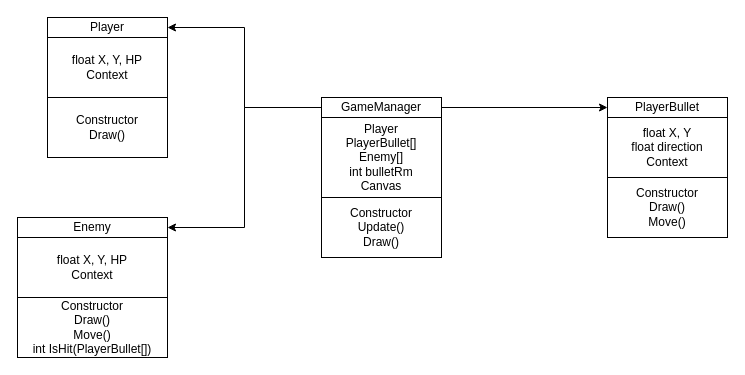
The draw.io diagram 클래스 구조도.drawio in GTByun/RWStudy, before the edit. Source tidied: cells renumbered, new cells numbered last; positions are measured from the earlier drawing's top-left corner, leaving out a move shared by most shapes. Both pictures are drawn from the tidied source at 100%, with x=0, y=0 at pixel (17, 17).
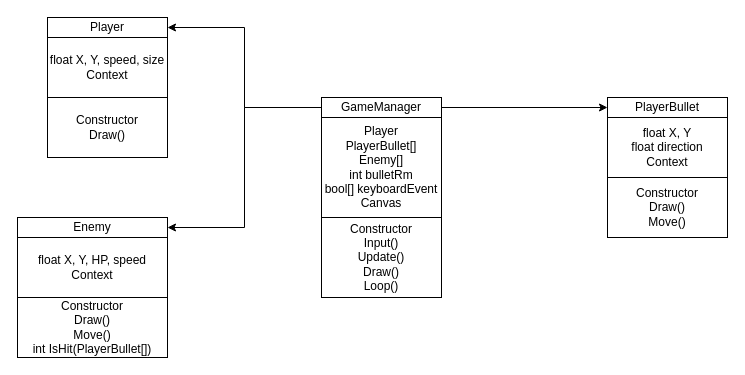
Above is the later version.

Commit message (it also covers changes not shown here):
[GT] 클래스 다이어그램 수정

Diff of the diagram source:
```diff
@@
 <mxGraphModel>
   <root>
     <mxCell id="0" />
     <mxCell id="1" parent="0" />
     <mxCell id="2" style="edgeStyle=orthogonalEdgeStyle;rounded=0;jettySize=auto;html=1;entryX=1;entryY=0.5;entryDx=0;entryDy=0;" parent="1" edge="1" source="5" target="8">
       <mxGeometry relative="1" as="geometry" />
     </mxCell>
     <mxCell id="3" style="edgeStyle=orthogonalEdgeStyle;rounded=0;jettySize=auto;html=1;entryX=1;entryY=0.5;entryDx=0;entryDy=0;" parent="1" edge="1" source="5" target="11">
       <mxGeometry relative="1" as="geometry" />
     </mxCell>
     <mxCell id="4" style="edgeStyle=orthogonalEdgeStyle;rounded=0;jettySize=auto;html=1;entryX=0;entryY=0.5;entryDx=0;entryDy=0;" parent="1" edge="1" source="5" target="14">
       <mxGeometry relative="1" as="geometry" />
     </mxCell>
     <mxCell id="5" value="GameManager" style="rounded=0;whiteSpace=wrap;html=1;" parent="1" vertex="1">
       <mxGeometry x="304" y="80" width="120" height="20" as="geometry" />
     </mxCell>
-    <mxCell id="6" value="Player&lt;br&gt;PlayerBullet[]&lt;br&gt;Enemy[]&lt;br&gt;int bulletRm&lt;br&gt;Canvas" style="rounded=0;whiteSpace=wrap;html=1;" parent="1" vertex="1">
-      <mxGeometry x="304" y="100" width="120" height="80" as="geometry" />
+    <mxCell id="6" value="Player&lt;br&gt;PlayerBullet[]&lt;br&gt;Enemy[]&lt;br&gt;int bulletRm&lt;br&gt;bool[] keyboardEvent&lt;br&gt;Canvas" style="rounded=0;whiteSpace=wrap;html=1;" parent="1" vertex="1">
+      <mxGeometry x="304" y="100" width="120" height="100" as="geometry" />
     </mxCell>
-    <mxCell id="7" value="Constructor&lt;br&gt;Update()&lt;br&gt;Draw()" style="rounded=0;whiteSpace=wrap;html=1;" parent="1" vertex="1">
-      <mxGeometry x="304" y="180" width="120" height="60" as="geometry" />
+    <mxCell id="7" value="Constructor&lt;br&gt;Input()&lt;br&gt;Update()&lt;br&gt;Draw()&lt;br&gt;Loop()" style="rounded=0;whiteSpace=wrap;html=1;" parent="1" vertex="1">
+      <mxGeometry x="304" y="200" width="120" height="80" as="geometry" />
     </mxCell>
     <mxCell id="8" value="Player" style="rounded=0;whiteSpace=wrap;html=1;" parent="1" vertex="1">
       <mxGeometry x="30" width="120" height="20" as="geometry" />
     </mxCell>
-    <mxCell id="9" value="float&amp;nbsp;X, Y, HP&lt;br&gt;Context" style="rounded=0;whiteSpace=wrap;html=1;" parent="1" vertex="1">
+    <mxCell id="9" value="float&amp;nbsp;X, Y, speed, size&lt;br&gt;Context" style="rounded=0;whiteSpace=wrap;html=1;" parent="1" vertex="1">
       <mxGeometry x="30" y="20" width="120" height="60" as="geometry" />
     </mxCell>
     <mxCell id="10" value="Constructor&lt;br&gt;Draw()" style="rounded=0;whiteSpace=wrap;html=1;" parent="1" vertex="1">
       <mxGeometry x="30" y="80" width="120" height="60" as="geometry" />
     </mxCell>
     <mxCell id="11" value="Enemy" style="rounded=0;whiteSpace=wrap;html=1;" parent="1" vertex="1">
       <mxGeometry y="200" width="150" height="20" as="geometry" />
     </mxCell>
-    <mxCell id="12" value="float&amp;nbsp;X, Y, HP&lt;br&gt;Context" style="rounded=0;whiteSpace=wrap;html=1;" parent="1" vertex="1">
+    <mxCell id="12" value="float&amp;nbsp;X, Y, HP, speed&lt;br&gt;Context" style="rounded=0;whiteSpace=wrap;html=1;" parent="1" vertex="1">
       <mxGeometry y="220" width="150" height="60" as="geometry" />
     </mxCell>
     <mxCell id="13" value="Constructor&lt;br&gt;Draw()&lt;br&gt;Move()&lt;br&gt;int IsHit(PlayerBullet[])" style="rounded=0;whiteSpace=wrap;html=1;" parent="1" vertex="1">
       <mxGeometry y="280" width="150" height="60" as="geometry" />
     </mxCell>
     <mxCell id="14" value="PlayerBullet" style="rounded=0;whiteSpace=wrap;html=1;" parent="1" vertex="1">
       <mxGeometry x="590" y="80" width="120" height="20" as="geometry" />
     </mxCell>
     <mxCell id="15" value="float&amp;nbsp;X, Y&lt;br&gt;float direction&lt;br&gt;Context" style="rounded=0;whiteSpace=wrap;html=1;" parent="1" vertex="1">
       <mxGeometry x="590" y="100" width="120" height="60" as="geometry" />
     </mxCell>
     <mxCell id="16" value="Constructor&lt;br&gt;Draw()&lt;br&gt;Move()" style="rounded=0;whiteSpace=wrap;html=1;" parent="1" vertex="1">
       <mxGeometry x="590" y="160" width="120" height="60" as="geometry" />
     </mxCell>
   </root>
 </mxGraphModel>
```
